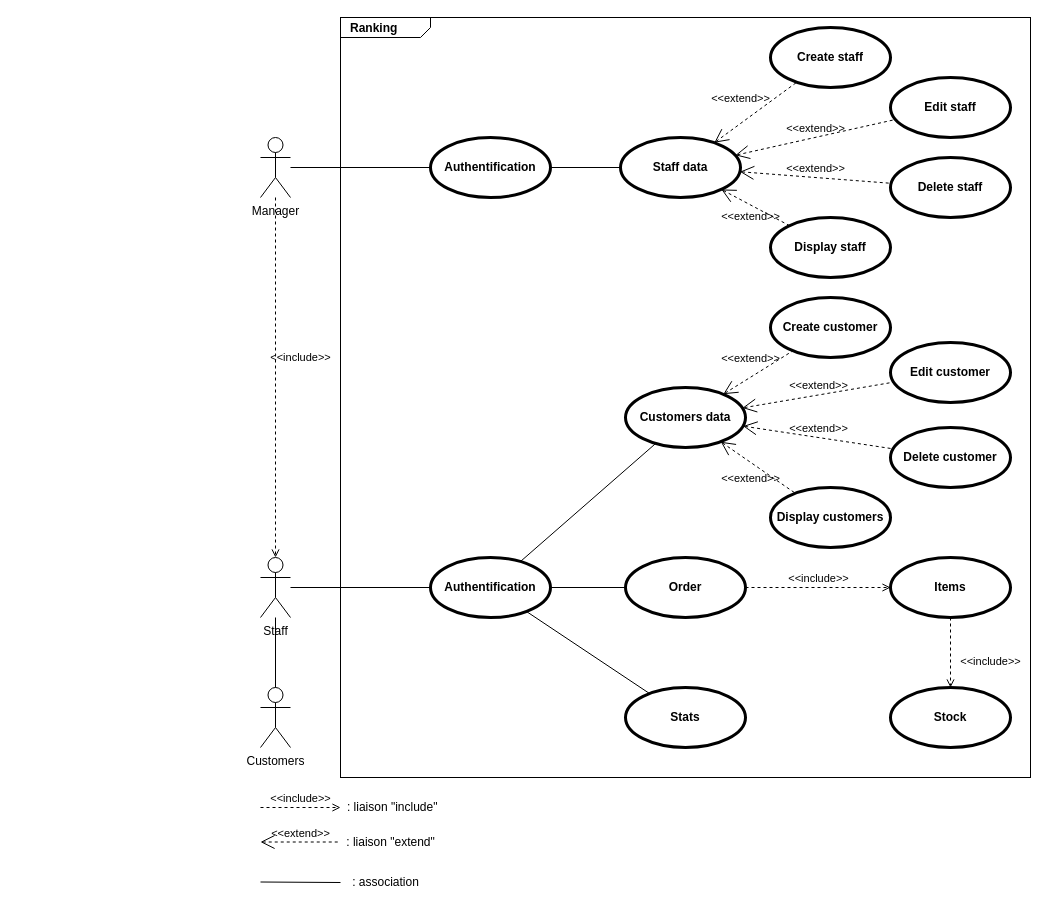
The draw.io diagram page "Diag use case" (1 of 5) of Diagrammes/diagrammes.drawio in pierre1316/Projet-POO-CPP-CLI, before the edit. Source tidied: cells renumbered, new cells numbered last; positions are measured from the earlier drawing's top-left corner, leaving out a move shared by most shapes. Both pictures are drawn from the tidied source at 100%, with x=0, y=0 at pixel (260, 17).
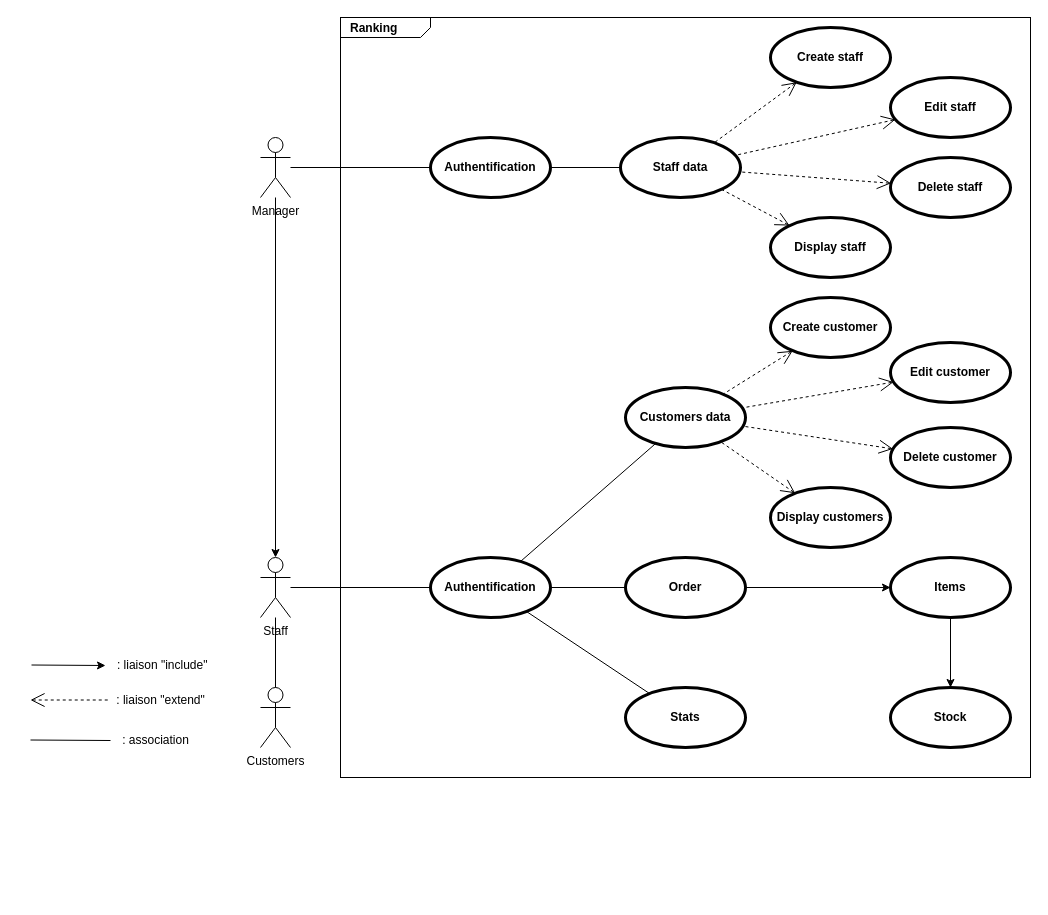
After the change.

Unchanged cells that the change refers to:
```xml
<mxCell id="3" value="Staff" style="shape=umlActor;html=1;verticalLabelPosition=bottom;verticalAlign=top;align=center;fillColor=none;" parent="1" vertex="1">
  <mxGeometry y="540" width="30" height="60" as="geometry" />
</mxCell>
<mxCell id="4" value="Customers data" style="shape=ellipse;html=1;strokeWidth=3;fontStyle=1;whiteSpace=wrap;align=center;perimeter=ellipsePerimeter;fillColor=none;" parent="1" vertex="1">
  <mxGeometry x="365" y="370" width="120" height="60" as="geometry" />
</mxCell>
<mxCell id="5" value="Order" style="shape=ellipse;html=1;strokeWidth=3;fontStyle=1;whiteSpace=wrap;align=center;perimeter=ellipsePerimeter;fillColor=none;" parent="1" vertex="1">
  <mxGeometry x="365" y="540" width="120" height="60" as="geometry" />
</mxCell>
<mxCell id="6" value="Items" style="shape=ellipse;html=1;strokeWidth=3;fontStyle=1;whiteSpace=wrap;align=center;perimeter=ellipsePerimeter;fillColor=none;" parent="1" vertex="1">
  <mxGeometry x="630" y="540" width="120" height="60" as="geometry" />
</mxCell>
<mxCell id="7" value="Stock" style="shape=ellipse;html=1;strokeWidth=3;fontStyle=1;whiteSpace=wrap;align=center;perimeter=ellipsePerimeter;fillColor=none;" parent="1" vertex="1">
  <mxGeometry x="630" y="670" width="120" height="60" as="geometry" />
</mxCell>
<mxCell id="11" value="Edit customer" style="shape=ellipse;html=1;strokeWidth=3;fontStyle=1;whiteSpace=wrap;align=center;perimeter=ellipsePerimeter;fillColor=none;" parent="1" vertex="1">
  <mxGeometry x="630" y="325" width="120" height="60" as="geometry" />
</mxCell>
<mxCell id="12" value="Delete customer" style="shape=ellipse;html=1;strokeWidth=3;fontStyle=1;whiteSpace=wrap;align=center;perimeter=ellipsePerimeter;fillColor=none;" parent="1" vertex="1">
  <mxGeometry x="630" y="410" width="120" height="60" as="geometry" />
</mxCell>
<mxCell id="13" value="Display customers" style="shape=ellipse;html=1;strokeWidth=3;fontStyle=1;whiteSpace=wrap;align=center;perimeter=ellipsePerimeter;fillColor=none;" parent="1" vertex="1">
  <mxGeometry x="510" y="470" width="120" height="60" as="geometry" />
</mxCell>
<mxCell id="14" value="Create customer" style="shape=ellipse;html=1;strokeWidth=3;fontStyle=1;whiteSpace=wrap;align=center;perimeter=ellipsePerimeter;fillColor=none;" parent="1" vertex="1">
  <mxGeometry x="510" y="280" width="120" height="60" as="geometry" />
</mxCell>
<mxCell id="19" value="Delete staff" style="shape=ellipse;html=1;strokeWidth=3;fontStyle=1;whiteSpace=wrap;align=center;perimeter=ellipsePerimeter;fillColor=none;" parent="1" vertex="1">
  <mxGeometry x="630" y="140" width="120" height="60" as="geometry" />
</mxCell>
<mxCell id="20" value="Display staff" style="shape=ellipse;html=1;strokeWidth=3;fontStyle=1;whiteSpace=wrap;align=center;perimeter=ellipsePerimeter;fillColor=none;" parent="1" vertex="1">
  <mxGeometry x="510" y="200" width="120" height="60" as="geometry" />
</mxCell>
<mxCell id="22" value="Create staff" style="shape=ellipse;html=1;strokeWidth=3;fontStyle=1;whiteSpace=wrap;align=center;perimeter=ellipsePerimeter;fillColor=none;" parent="1" vertex="1">
  <mxGeometry x="510" y="10" width="120" height="60" as="geometry" />
</mxCell>
<mxCell id="23" value="Edit staff" style="shape=ellipse;html=1;strokeWidth=3;fontStyle=1;whiteSpace=wrap;align=center;perimeter=ellipsePerimeter;fillColor=none;" parent="1" vertex="1">
  <mxGeometry x="630" y="60" width="120" height="60" as="geometry" />
</mxCell>
<mxCell id="25" value="Manager" style="shape=umlActor;html=1;verticalLabelPosition=bottom;verticalAlign=top;align=center;fillColor=none;" parent="1" vertex="1">
  <mxGeometry y="120" width="30" height="60" as="geometry" />
</mxCell>
<mxCell id="33" value="Staff data" style="shape=ellipse;html=1;strokeWidth=3;fontStyle=1;whiteSpace=wrap;align=center;perimeter=ellipsePerimeter;fillColor=none;" parent="1" vertex="1">
  <mxGeometry x="360" y="120" width="120" height="60" as="geometry" />
</mxCell>
```

Change to the diagram source:
```diff
@@
-    <mxCell id="8" value="&amp;lt;&amp;lt;include&amp;gt;&amp;gt;" style="edgeStyle=none;html=1;endArrow=open;verticalAlign=bottom;dashed=1;labelBackgroundColor=none;rounded=0;" parent="1" edge="1" source="5" target="6">
-      <mxGeometry relative="1" as="geometry" />
-    </mxCell>
-    <mxCell id="9" value="&amp;lt;&amp;lt;include&amp;gt;&amp;gt;" style="edgeStyle=none;html=1;endArrow=open;verticalAlign=bottom;dashed=1;labelBackgroundColor=none;rounded=0;" parent="1" edge="1" source="6" target="7">
-      <mxGeometry x="0.5" y="40" relative="1" as="geometry" />
-    </mxCell>
@@
-    <mxCell id="15" value="&amp;lt;&amp;lt;extend&amp;gt;&amp;gt;" style="edgeStyle=none;html=1;startArrow=open;endArrow=none;startSize=12;verticalAlign=bottom;dashed=1;labelBackgroundColor=none;rounded=0;" parent="1" edge="1" source="4" target="14">
-      <mxGeometry x="-0.09" y="8" relative="1" as="geometry" />
-    </mxCell>
-    <mxCell id="16" value="&amp;lt;&amp;lt;extend&amp;gt;&amp;gt;" style="edgeStyle=none;html=1;startArrow=open;endArrow=none;startSize=12;verticalAlign=bottom;dashed=1;labelBackgroundColor=none;rounded=0;" parent="1" edge="1" source="4" target="11">
-      <mxGeometry relative="1" as="geometry" />
-    </mxCell>
-    <mxCell id="17" value="&amp;lt;&amp;lt;extend&amp;gt;&amp;gt;" style="edgeStyle=none;html=1;startArrow=open;endArrow=none;startSize=12;verticalAlign=bottom;dashed=1;labelBackgroundColor=none;rounded=0;" parent="1" edge="1" source="4" target="12">
-      <mxGeometry relative="1" as="geometry" />
-    </mxCell>
-    <mxCell id="18" value="&amp;lt;&amp;lt;extend&amp;gt;&amp;gt;" style="edgeStyle=none;html=1;startArrow=open;endArrow=none;startSize=12;verticalAlign=bottom;dashed=1;labelBackgroundColor=none;rounded=0;" parent="1" edge="1" source="4" target="13">
-      <mxGeometry x="0.11" y="-21" relative="1" as="geometry">
-        <mxPoint x="1" as="offset" />
-      </mxGeometry>
-    </mxCell>
@@
-    <mxCell id="21" value="&amp;lt;&amp;lt;extend&amp;gt;&amp;gt;" style="edgeStyle=none;html=1;startArrow=open;endArrow=none;startSize=12;verticalAlign=bottom;dashed=1;labelBackgroundColor=none;rounded=0;" parent="1" edge="1" source="33" target="20">
-      <mxGeometry x="0.11" y="-18" relative="1" as="geometry" />
-    </mxCell>
@@
-    <mxCell id="26" value="&amp;lt;&amp;lt;include&amp;gt;&amp;gt;" style="edgeStyle=none;html=1;endArrow=open;verticalAlign=bottom;dashed=1;labelBackgroundColor=none;rounded=0;" parent="1" edge="1">
-      <mxGeometry relative="1" as="geometry">
-        <mxPoint y="790" as="sourcePoint" />
-        <mxPoint x="80" y="790" as="targetPoint" />
-      </mxGeometry>
-    </mxCell>
     <mxCell id="27" value="&amp;nbsp;: liaison &quot;include&quot;" style="text;html=1;align=center;verticalAlign=middle;strokeColor=none;fillColor=none;" parent="1" vertex="1">
-      <mxGeometry x="70" y="775" width="120" height="30" as="geometry" />
+      <mxGeometry x="-160" y="633" width="120" height="30" as="geometry" />
     </mxCell>
-    <mxCell id="28" value="&amp;lt;&amp;lt;extend&amp;gt;&amp;gt;" style="edgeStyle=none;html=1;startArrow=open;endArrow=none;startSize=12;verticalAlign=bottom;dashed=1;labelBackgroundColor=none;rounded=0;" parent="1" edge="1">
-      <mxGeometry relative="1" as="geometry">
-        <mxPoint y="824.5" as="sourcePoint" />
-        <mxPoint x="80" y="824.5" as="targetPoint" />
-      </mxGeometry>
-    </mxCell>
     <mxCell id="29" value=": liaison &quot;extend&quot;" style="text;html=1;align=center;verticalAlign=middle;strokeColor=none;fillColor=none;" parent="1" vertex="1">
-      <mxGeometry x="75" y="810" width="110" height="30" as="geometry" />
+      <mxGeometry x="-155" y="668" width="110" height="30" as="geometry" />
     </mxCell>
     <mxCell id="30" value=": association" style="text;html=1;align=center;verticalAlign=middle;strokeColor=none;fillColor=none;" parent="1" vertex="1">
-      <mxGeometry x="80" y="850" width="90" height="30" as="geometry" />
+      <mxGeometry x="-150" y="708" width="90" height="30" as="geometry" />
     </mxCell>
@@
-    <mxCell id="32" style="edgeStyle=none;html=1;endArrow=none;verticalAlign=bottom;rounded=0;" parent="1" edge="1">
-      <mxGeometry relative="1" as="geometry">
-        <mxPoint y="864.5" as="sourcePoint" />
-        <mxPoint x="80" y="865" as="targetPoint" />
-      </mxGeometry>
-    </mxCell>
@@
-    <mxCell id="34" value="&amp;lt;&amp;lt;extend&amp;gt;&amp;gt;" style="edgeStyle=none;html=1;startArrow=open;endArrow=none;startSize=12;verticalAlign=bottom;dashed=1;labelBackgroundColor=none;rounded=0;" parent="1" edge="1" source="33">
-      <mxGeometry x="-0.18" y="13" relative="1" as="geometry">
-        <mxPoint x="536.2" y="64.8" as="targetPoint" />
-      </mxGeometry>
-    </mxCell>
-    <mxCell id="35" value="&amp;lt;&amp;lt;extend&amp;gt;&amp;gt;" style="edgeStyle=none;html=1;startArrow=open;endArrow=none;startSize=12;verticalAlign=bottom;dashed=1;labelBackgroundColor=none;rounded=0;" parent="1" edge="1" source="33">
-      <mxGeometry relative="1" as="geometry">
-        <mxPoint x="635" y="102" as="targetPoint" />
-      </mxGeometry>
-    </mxCell>
-    <mxCell id="36" value="&amp;lt;&amp;lt;extend&amp;gt;&amp;gt;" style="edgeStyle=none;html=1;startArrow=open;endArrow=none;startSize=12;verticalAlign=bottom;dashed=1;labelBackgroundColor=none;rounded=0;" parent="1" edge="1" source="33">
-      <mxGeometry relative="1" as="geometry">
-        <mxPoint x="630.6" y="165.8" as="targetPoint" />
-      </mxGeometry>
-    </mxCell>
@@
+    <mxCell id="46" style="edgeStyle=none;html=1;startArrow=open;endArrow=none;startSize=12;verticalAlign=bottom;dashed=1;labelBackgroundColor=none;rounded=0;" parent="1" edge="1">
+      <mxGeometry relative="1" as="geometry">
+        <mxPoint x="-230" y="682.5" as="sourcePoint" />
+        <mxPoint x="-150" y="682.5" as="targetPoint" />
+      </mxGeometry>
+    </mxCell>
+    <mxCell id="47" style="edgeStyle=none;html=1;endArrow=none;verticalAlign=bottom;rounded=0;" parent="1" edge="1">
+      <mxGeometry relative="1" as="geometry">
+        <mxPoint x="-230" y="722.5" as="sourcePoint" />
+        <mxPoint x="-150" y="723" as="targetPoint" />
+      </mxGeometry>
+    </mxCell>
+    <mxCell id="48" style="edgeStyle=none;html=1;startArrow=open;endArrow=none;startSize=12;verticalAlign=bottom;dashed=1;labelBackgroundColor=none;rounded=0;" parent="1" edge="1" source="22" target="33">
+      <mxGeometry x="-0.18" y="13" relative="1" as="geometry" />
+    </mxCell>
+    <mxCell id="49" style="edgeStyle=none;html=1;startArrow=open;endArrow=none;startSize=12;verticalAlign=bottom;dashed=1;labelBackgroundColor=none;rounded=0;" parent="1" edge="1" source="23" target="33">
+      <mxGeometry x="-0.18" y="13" relative="1" as="geometry" />
+    </mxCell>
+    <mxCell id="50" style="edgeStyle=none;html=1;startArrow=open;endArrow=none;startSize=12;verticalAlign=bottom;dashed=1;labelBackgroundColor=none;rounded=0;" parent="1" edge="1" source="19" target="33">
+      <mxGeometry x="-0.18" y="13" relative="1" as="geometry" />
+    </mxCell>
+    <mxCell id="51" style="edgeStyle=none;html=1;startArrow=open;endArrow=none;startSize=12;verticalAlign=bottom;dashed=1;labelBackgroundColor=none;rounded=0;" parent="1" edge="1" source="20" target="33">
+      <mxGeometry x="-0.18" y="13" relative="1" as="geometry" />
+    </mxCell>
+    <mxCell id="52" style="edgeStyle=none;html=1;startArrow=open;endArrow=none;startSize=12;verticalAlign=bottom;dashed=1;labelBackgroundColor=none;rounded=0;" parent="1" edge="1" source="14" target="4">
+      <mxGeometry x="-0.18" y="13" relative="1" as="geometry" />
+    </mxCell>
+    <mxCell id="53" style="edgeStyle=none;html=1;startArrow=open;endArrow=none;startSize=12;verticalAlign=bottom;dashed=1;labelBackgroundColor=none;rounded=0;" parent="1" edge="1" source="11" target="4">
+      <mxGeometry x="-0.18" y="13" relative="1" as="geometry" />
+    </mxCell>
+    <mxCell id="54" style="edgeStyle=none;html=1;startArrow=open;endArrow=none;startSize=12;verticalAlign=bottom;dashed=1;labelBackgroundColor=none;rounded=0;" parent="1" edge="1" source="12" target="4">
+      <mxGeometry x="-0.18" y="13" relative="1" as="geometry" />
+    </mxCell>
+    <mxCell id="55" style="edgeStyle=none;html=1;startArrow=open;endArrow=none;startSize=12;verticalAlign=bottom;dashed=1;labelBackgroundColor=none;rounded=0;" parent="1" edge="1" source="13" target="4">
+      <mxGeometry x="-0.18" y="13" relative="1" as="geometry" />
+    </mxCell>
+    <mxCell id="8" style="endArrow=classic;html=1;rounded=0;" parent="1" edge="1" source="5" target="6">
+      <mxGeometry relative="1" as="geometry" />
+    </mxCell>
+    <mxCell id="9" style="endArrow=classic;html=1;rounded=0;" parent="1" edge="1" source="6" target="7">
+      <mxGeometry relative="1" as="geometry" />
+    </mxCell>
+    <mxCell id="56" style="endArrow=classic;html=1;rounded=0;" parent="1" edge="1">
+      <mxGeometry relative="1" as="geometry">
+        <mxPoint x="-229" y="647.5" as="sourcePoint" />
+        <mxPoint x="-155" y="648" as="targetPoint" />
+      </mxGeometry>
+    </mxCell>
-    <mxCell id="45" value="&amp;lt;&amp;lt;include&amp;gt;&amp;gt;" style="edgeStyle=none;html=1;endArrow=open;verticalAlign=bottom;dashed=1;labelBackgroundColor=none;rounded=0;" parent="1" edge="1" source="25" target="3">
-      <mxGeometry x="-0.06" y="25" relative="1" as="geometry" />
+    <mxCell id="45" style="endArrow=classic;html=1;rounded=0;" parent="1" edge="1" source="25" target="3">
+      <mxGeometry relative="1" as="geometry" />
     </mxCell>
```
